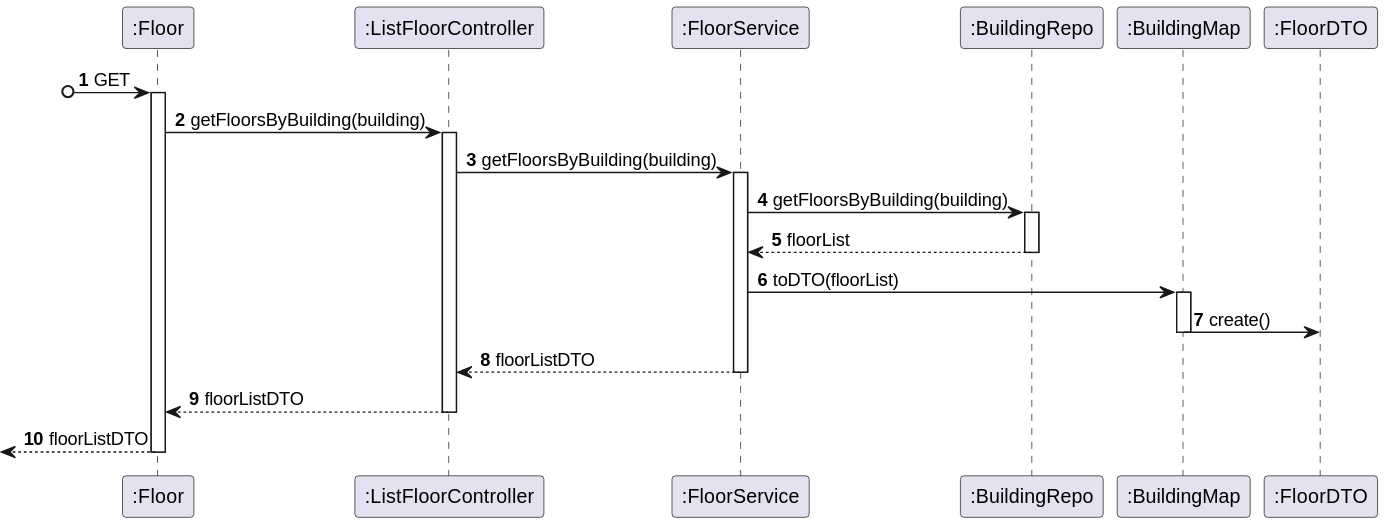
Above: docs/US_210/Diagrams/SequenceDiagramLevel3.svg in Pedro-Pereira1/sem5pi_23_24_g056 (PlantUML), before the change.
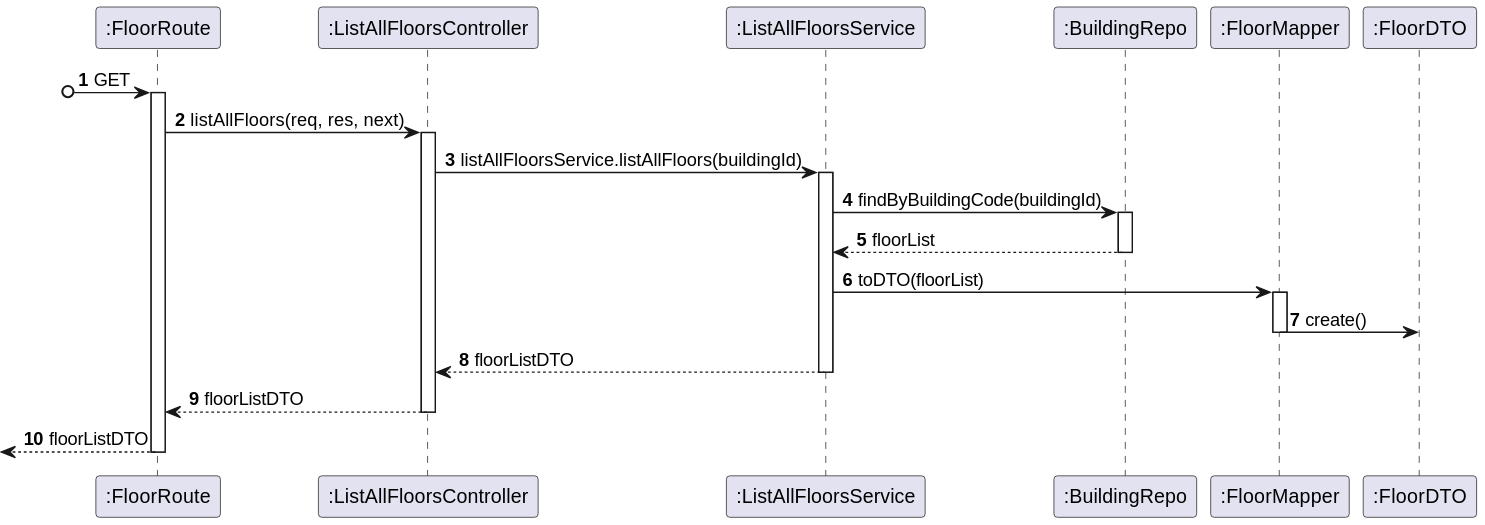
Later version of the same file.

Commit message:
Updated SequenceDiagramLevel3 relative US210

The edit, as a diff of the source:
```diff
@@ -1,23 +1,23 @@
 @startuml
 autonumber
 
-participant ":Floor" as Floor
-participant ":ListFloorController" as Controller
-participant ":FloorService" as Service
+participant ":FloorRoute" as Floor
+participant ":ListAllFloorsController" as Controller
+participant ":ListAllFloorsService" as Service
 participant ":BuildingRepo" as Repo
-participant ":BuildingMap" as Map
+participant ":FloorMapper" as Map
 participant ":FloorDTO" as DTO
 
 ?o->Floor: GET
 activate Floor
 
-Floor -> Controller: getFloorsByBuilding(building)
+Floor -> Controller: listAllFloors(req, res, next)
 activate Controller
 
-Controller -> Service: getFloorsByBuilding(building)
+Controller -> Service: listAllFloorsService.listAllFloors(buildingId)
 activate Service
 
-Service -> Repo: getFloorsByBuilding(building)
+Service -> Repo: findByBuildingCode(buildingId)
 activate Repo
 
 
```
